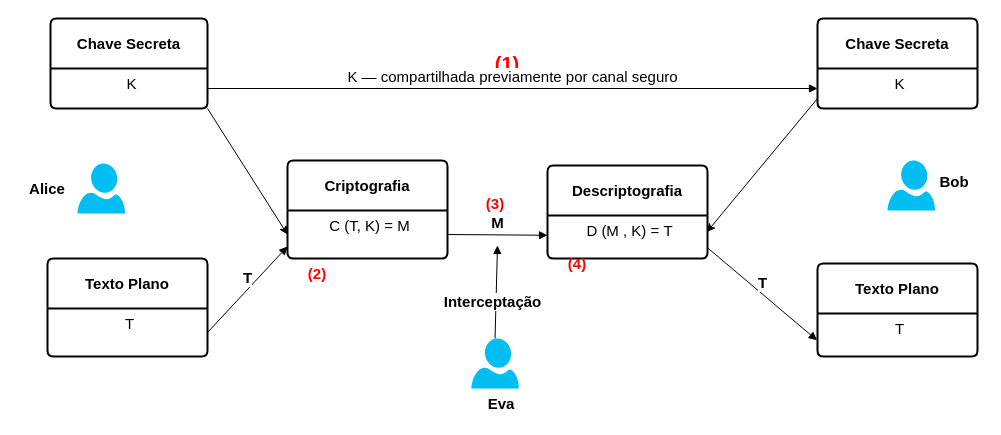
This is conceitos/img/algoritmo_simetrico.drawio from abreuferr/criptografia, a draw.io file, before an edit. Source tidied: cells renumbered, new cells numbered last; positions are measured from the earlier drawing's top-left corner, leaving out a move shared by most shapes. Both pictures are drawn from the tidied source at 100%, with x=0, y=0 at pixel (17, 18).
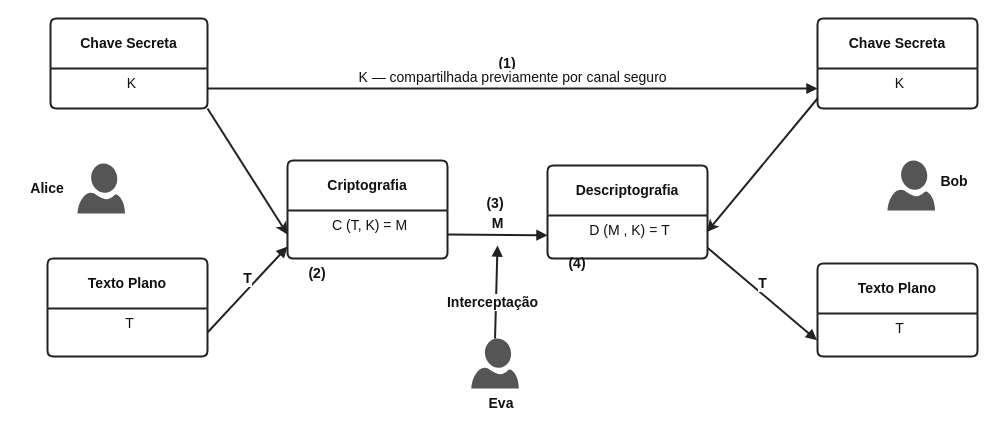
After the change.

Change to the diagram source:
```diff
@@
-    <mxCell id="2" value="&lt;font style=&quot;font-size: 15px;&quot;&gt;Alice&lt;/font&gt;" style="text;html=1;align=center;verticalAlign=middle;whiteSpace=wrap;rounded=0;fontStyle=1;" parent="1" vertex="1">
+    <mxCell id="2" value="&lt;font style=&quot;font-size:14px;&quot;&gt;Alice&lt;/font&gt;" style="text;html=1;align=center;verticalAlign=middle;whiteSpace=wrap;rounded=1;fontStyle=1;fillColor=none;strokeColor=none;strokeWidth=2;fontColor=#111111;fontFamily=Helvetica;fontSize=14;" parent="1" vertex="1">
       <mxGeometry y="155" width="60" height="30" as="geometry" />
     </mxCell>
-    <mxCell id="3" value="&lt;font style=&quot;font-size: 15px;&quot;&gt;Bob&lt;/font&gt;" style="text;html=1;align=center;verticalAlign=middle;whiteSpace=wrap;rounded=0;fontStyle=1;" parent="1" vertex="1">
+    <mxCell id="3" value="&lt;font style=&quot;font-size:14px;&quot;&gt;Bob&lt;/font&gt;" style="text;html=1;align=center;verticalAlign=middle;whiteSpace=wrap;rounded=1;fontStyle=1;fillColor=none;strokeColor=none;strokeWidth=2;fontColor=#111111;fontFamily=Helvetica;fontSize=14;" parent="1" vertex="1">
       <mxGeometry x="907" y="148" width="60" height="30" as="geometry" />
     </mxCell>
-    <mxCell id="4" style="verticalLabelPosition=bottom;html=1;verticalAlign=top;align=center;strokeColor=none;fillColor=#00BEF2;shape=mxgraph.azure.user;" parent="1" vertex="1">
+    <mxCell id="4" style="verticalLabelPosition=bottom;html=1;verticalAlign=top;align=center;strokeColor=none;fillColor=#555555;shape=mxgraph.azure.user;strokeWidth=2;fontColor=#111111;fontFamily=Helvetica;" parent="1" vertex="1">
       <mxGeometry x="453.8" y="320" width="47.5" height="50" as="geometry" />
     </mxCell>
-    <mxCell id="5" value="&lt;b&gt;&lt;font style=&quot;font-size: 15px;&quot;&gt;Texto Plano&lt;/font&gt;&lt;/b&gt;" style="swimlane;horizontal=1;startSize=50;rounded=1;fontSize=14;fontStyle=0;strokeWidth=2;shadow=0;dashed=0;align=center;arcSize=4;whiteSpace=wrap;html=1;" parent="1" vertex="1">
+    <mxCell id="5" value="&lt;b&gt;&lt;font style=&quot;font-size:14px;&quot;&gt;Texto Plano&lt;/font&gt;&lt;/b&gt;" style="swimlane;horizontal=1;startSize=50;rounded=1;fontSize=14;fontStyle=0;strokeWidth=2;shadow=0;dashed=0;align=center;arcSize=4;whiteSpace=wrap;html=1;fillColor=none;strokeColor=#222222;fontColor=#111111;fontFamily=Helvetica;" parent="1" vertex="1">
       <mxGeometry x="30" y="240" width="160" height="98" as="geometry" />
     </mxCell>
-    <mxCell id="6" value="&lt;font style=&quot;font-size: 15px;&quot;&gt;T&lt;/font&gt;" style="align=center;strokeColor=none;fillColor=none;spacingLeft=4;fontSize=12;verticalAlign=top;html=1;" parent="5" vertex="1">
+    <mxCell id="6" value="&lt;font style=&quot;font-size:14px;&quot;&gt;T&lt;/font&gt;" style="align=center;strokeColor=none;fillColor=none;spacingLeft=4;fontSize=14;verticalAlign=top;html=1;fontColor=#111111;fontFamily=Helvetica;" parent="5" vertex="1">
       <mxGeometry y="50" width="160" height="48" as="geometry" />
     </mxCell>
-    <mxCell id="7" value="&lt;b&gt;&lt;font style=&quot;font-size: 15px;&quot;&gt;Chave Secreta&lt;/font&gt;&lt;/b&gt;" style="swimlane;horizontal=1;startSize=50;rounded=1;fontSize=14;fontStyle=0;strokeWidth=2;shadow=0;dashed=0;align=center;arcSize=4;whiteSpace=wrap;html=1;" parent="1" vertex="1">
+    <mxCell id="7" value="&lt;b&gt;&lt;font style=&quot;font-size:14px;&quot;&gt;Chave Secreta&lt;/font&gt;&lt;/b&gt;" style="swimlane;horizontal=1;startSize=50;rounded=1;fontSize=14;fontStyle=0;strokeWidth=2;shadow=0;dashed=0;align=center;arcSize=4;whiteSpace=wrap;html=1;fillColor=none;strokeColor=#222222;fontColor=#111111;fontFamily=Helvetica;" parent="1" vertex="1">
       <mxGeometry x="33" width="157" height="90" as="geometry" />
     </mxCell>
-    <mxCell id="8" value="&lt;font style=&quot;font-size: 15px;&quot;&gt;K&lt;/font&gt;" style="align=center;strokeColor=none;fillColor=none;spacingLeft=4;fontSize=12;verticalAlign=top;html=1;" parent="7" vertex="1">
+    <mxCell id="8" value="&lt;font style=&quot;font-size:14px;&quot;&gt;K&lt;/font&gt;" style="align=center;strokeColor=none;fillColor=none;spacingLeft=4;fontSize=14;verticalAlign=top;html=1;fontColor=#111111;fontFamily=Helvetica;" parent="7" vertex="1">
       <mxGeometry y="50" width="157" height="40" as="geometry" />
     </mxCell>
-    <mxCell id="9" value="&lt;font style=&quot;font-size: 15px;&quot;&gt;&lt;b&gt;Criptografia&lt;/b&gt;&lt;/font&gt;" style="swimlane;horizontal=1;startSize=50;rounded=1;fontSize=14;fontStyle=0;strokeWidth=2;shadow=0;dashed=0;align=center;arcSize=4;whiteSpace=wrap;html=1;" parent="1" vertex="1">
+    <mxCell id="9" value="&lt;font style=&quot;font-size:14px;&quot;&gt;&lt;b&gt;Criptografia&lt;/b&gt;&lt;/font&gt;" style="swimlane;horizontal=1;startSize=50;rounded=1;fontSize=14;fontStyle=0;strokeWidth=2;shadow=0;dashed=0;align=center;arcSize=4;whiteSpace=wrap;html=1;fillColor=none;strokeColor=#222222;fontColor=#111111;fontFamily=Helvetica;" parent="1" vertex="1">
       <mxGeometry x="270" y="142" width="160" height="98" as="geometry" />
     </mxCell>
-    <mxCell id="10" value="&lt;font style=&quot;font-size: 15px;&quot;&gt;C (T, K) =&amp;nbsp;&lt;/font&gt;&lt;span style=&quot;font-size: 15px;&quot;&gt;M&lt;/span&gt;" style="align=center;strokeColor=none;fillColor=none;spacingLeft=4;fontSize=12;verticalAlign=top;html=1;" parent="9" vertex="1">
+    <mxCell id="10" value="&lt;font style=&quot;font-size:14px;&quot;&gt;C (T, K) =&amp;nbsp;&lt;/font&gt;&lt;span style=&quot;font-size:14px;&quot;&gt;M&lt;/span&gt;" style="align=center;strokeColor=none;fillColor=none;spacingLeft=4;fontSize=14;verticalAlign=top;html=1;fontColor=#111111;fontFamily=Helvetica;" parent="9" vertex="1">
       <mxGeometry y="50" width="160" height="48" as="geometry" />
     </mxCell>
-    <mxCell id="11" style="endArrow=classic;html=1;rounded=0;exitX=1;exitY=1;exitDx=0;exitDy=0;entryX=0;entryY=0.5;entryDx=0;entryDy=0;" parent="1" edge="1" source="8" target="10">
+    <mxCell id="11" style="endArrow=classic;html=1;rounded=0;exitX=1;exitY=1;exitDx=0;exitDy=0;entryX=0;entryY=0.5;entryDx=0;entryDy=0;strokeColor=#222222;strokeWidth=2;fontColor=#111111;fontFamily=Helvetica;" parent="1" edge="1" source="8" target="10">
       <mxGeometry relative="1" as="geometry" />
     </mxCell>
-    <mxCell id="12" value="&lt;font style=&quot;font-size: 15px;&quot;&gt;&lt;b&gt;M&lt;/b&gt;&lt;/font&gt;" style="html=1;verticalAlign=bottom;endArrow=block;curved=0;rounded=0;exitX=1;exitY=0.5;exitDx=0;exitDy=0;entryX=0;entryY=0.75;entryDx=0;entryDy=0;" parent="1" edge="1" source="10" target="20">
+    <mxCell id="12" value="&lt;font style=&quot;font-size:14px;&quot;&gt;&lt;b&gt;M&lt;/b&gt;&lt;/font&gt;" style="html=1;verticalAlign=bottom;endArrow=block;curved=0;rounded=0;exitX=1;exitY=0.5;exitDx=0;exitDy=0;entryX=0;entryY=0.75;entryDx=0;entryDy=0;strokeColor=#222222;strokeWidth=2;fontColor=#111111;fontFamily=Helvetica;" parent="1" edge="1" source="10" target="20">
       <mxGeometry relative="1" as="geometry" />
     </mxCell>
-    <mxCell id="13" value="&lt;b&gt;&lt;font style=&quot;font-size: 15px;&quot;&gt;Chave Secreta&lt;/font&gt;&lt;/b&gt;" style="swimlane;horizontal=1;startSize=50;rounded=1;fontSize=14;fontStyle=0;strokeWidth=2;shadow=0;dashed=0;align=center;arcSize=4;whiteSpace=wrap;html=1;" parent="1" vertex="1">
+    <mxCell id="13" value="&lt;b&gt;&lt;font style=&quot;font-size:14px;&quot;&gt;Chave Secreta&lt;/font&gt;&lt;/b&gt;" style="swimlane;horizontal=1;startSize=50;rounded=1;fontSize=14;fontStyle=0;strokeWidth=2;shadow=0;dashed=0;align=center;arcSize=4;whiteSpace=wrap;html=1;fillColor=none;strokeColor=#222222;fontColor=#111111;fontFamily=Helvetica;" parent="1" vertex="1">
       <mxGeometry x="800" width="160" height="90" as="geometry" />
     </mxCell>
-    <mxCell id="14" value="&lt;font style=&quot;font-size: 15px;&quot;&gt;K&lt;/font&gt;" style="align=center;strokeColor=none;fillColor=none;spacingLeft=4;fontSize=12;verticalAlign=top;html=1;" parent="13" vertex="1">
+    <mxCell id="14" value="&lt;font style=&quot;font-size:14px;&quot;&gt;K&lt;/font&gt;" style="align=center;strokeColor=none;fillColor=none;spacingLeft=4;fontSize=14;verticalAlign=top;html=1;fontColor=#111111;fontFamily=Helvetica;" parent="13" vertex="1">
       <mxGeometry y="50" width="160" height="40" as="geometry" />
     </mxCell>
-    <mxCell id="15" value="&lt;b&gt;&lt;font style=&quot;font-size: 15px;&quot;&gt;Texto Plano&lt;/font&gt;&lt;/b&gt;" style="swimlane;horizontal=1;startSize=50;rounded=1;fontSize=14;fontStyle=0;strokeWidth=2;shadow=0;dashed=0;align=center;arcSize=4;whiteSpace=wrap;html=1;" parent="1" vertex="1">
+    <mxCell id="15" value="&lt;b&gt;&lt;font style=&quot;font-size:14px;&quot;&gt;Texto Plano&lt;/font&gt;&lt;/b&gt;" style="swimlane;horizontal=1;startSize=50;rounded=1;fontSize=14;fontStyle=0;strokeWidth=2;shadow=0;dashed=0;align=center;arcSize=4;whiteSpace=wrap;html=1;fillColor=none;strokeColor=#222222;fontColor=#111111;fontFamily=Helvetica;" parent="1" vertex="1">
       <mxGeometry x="800" y="245" width="160" height="93" as="geometry" />
     </mxCell>
-    <mxCell id="16" value="&lt;font style=&quot;font-size: 15px;&quot;&gt;T&lt;/font&gt;" style="align=center;strokeColor=none;fillColor=none;spacingLeft=4;fontSize=12;verticalAlign=top;html=1;" parent="15" vertex="1">
+    <mxCell id="16" value="&lt;font style=&quot;font-size:14px;&quot;&gt;T&lt;/font&gt;" style="align=center;strokeColor=none;fillColor=none;spacingLeft=4;fontSize=14;verticalAlign=top;html=1;fontColor=#111111;fontFamily=Helvetica;" parent="15" vertex="1">
       <mxGeometry y="50" width="160" height="43" as="geometry" />
     </mxCell>
-    <mxCell id="17" style="endArrow=classic;html=1;rounded=0;entryX=0.996;entryY=0.384;entryDx=0;entryDy=0;exitX=0;exitY=0.75;exitDx=0;exitDy=0;entryPerimeter=0;" parent="1" edge="1" source="14" target="21">
+    <mxCell id="17" style="endArrow=classic;html=1;rounded=0;entryX=0.996;entryY=0.384;entryDx=0;entryDy=0;exitX=0;exitY=0.75;exitDx=0;exitDy=0;entryPerimeter=0;strokeColor=#222222;strokeWidth=2;fontColor=#111111;fontFamily=Helvetica;" parent="1" edge="1" source="14" target="21">
       <mxGeometry relative="1" as="geometry" />
     </mxCell>
-    <mxCell id="18" value="&lt;b&gt;&lt;font style=&quot;font-size: 15px;&quot;&gt;Interceptação&lt;/font&gt;&lt;/b&gt;" style="html=1;verticalAlign=bottom;endArrow=block;curved=0;rounded=0;exitX=0.5;exitY=0;exitDx=0;exitDy=0;exitPerimeter=0;" parent="1" edge="1" source="4">
+    <mxCell id="18" value="&lt;b&gt;&lt;font style=&quot;font-size:14px;&quot;&gt;Interceptação&lt;/font&gt;&lt;/b&gt;" style="html=1;verticalAlign=bottom;endArrow=block;curved=0;rounded=0;exitX=0.5;exitY=0;exitDx=0;exitDy=0;exitPerimeter=0;strokeColor=#222222;strokeWidth=2;fontColor=#111111;fontFamily=Helvetica;" parent="1" edge="1" source="4">
       <mxGeometry x="-0.47" y="3" relative="1" as="geometry">
         <mxPoint x="480" y="227" as="targetPoint" />
       </mxGeometry>
     </mxCell>
-    <mxCell id="19" value="&lt;font style=&quot;font-size: 15px;&quot;&gt;Eva&lt;/font&gt;" style="text;html=1;align=center;verticalAlign=middle;whiteSpace=wrap;rounded=0;fontStyle=1;" parent="1" vertex="1">
+    <mxCell id="19" value="&lt;font style=&quot;font-size:14px;&quot;&gt;Eva&lt;/font&gt;" style="text;html=1;align=center;verticalAlign=middle;whiteSpace=wrap;rounded=1;fontStyle=1;fillColor=none;strokeColor=none;strokeWidth=2;fontColor=#111111;fontFamily=Helvetica;fontSize=14;" parent="1" vertex="1">
       <mxGeometry x="453.8" y="370" width="60" height="30" as="geometry" />
     </mxCell>
-    <mxCell id="20" value="&lt;b&gt;&lt;font style=&quot;font-size: 15px;&quot;&gt;Descriptografia&lt;/font&gt;&lt;/b&gt;" style="swimlane;horizontal=1;startSize=50;rounded=1;fontSize=14;fontStyle=0;strokeWidth=2;shadow=0;dashed=0;align=center;arcSize=4;whiteSpace=wrap;html=1;" parent="1" vertex="1">
+    <mxCell id="20" value="&lt;b&gt;&lt;font style=&quot;font-size:14px;&quot;&gt;Descriptografia&lt;/font&gt;&lt;/b&gt;" style="swimlane;horizontal=1;startSize=50;rounded=1;fontSize=14;fontStyle=0;strokeWidth=2;shadow=0;dashed=0;align=center;arcSize=4;whiteSpace=wrap;html=1;fillColor=none;strokeColor=#222222;fontColor=#111111;fontFamily=Helvetica;" parent="1" vertex="1">
       <mxGeometry x="530" y="147" width="160" height="93" as="geometry" />
     </mxCell>
-    <mxCell id="21" value="&lt;font style=&quot;font-size: 15px;&quot;&gt;D (M , K) =&amp;nbsp;&lt;/font&gt;&lt;span style=&quot;font-size: 15px;&quot;&gt;T&lt;/span&gt;" style="align=center;strokeColor=none;fillColor=none;spacingLeft=4;fontSize=12;verticalAlign=top;html=1;" parent="20" vertex="1">
+    <mxCell id="21" value="&lt;font style=&quot;font-size:14px;&quot;&gt;D (M , K) =&amp;nbsp;&lt;/font&gt;&lt;span style=&quot;font-size:14px;&quot;&gt;T&lt;/span&gt;" style="align=center;strokeColor=none;fillColor=none;spacingLeft=4;fontSize=14;verticalAlign=top;html=1;fontColor=#111111;fontFamily=Helvetica;" parent="20" vertex="1">
       <mxGeometry y="50" width="160" height="43" as="geometry" />
     </mxCell>
-    <mxCell id="22" value="&lt;font color=&quot;#ff0000&quot;&gt;(1)&lt;/font&gt;" style="text;html=1;align=center;verticalAlign=middle;whiteSpace=wrap;rounded=0;fontStyle=1;fontSize=20;" parent="1" vertex="1">
+    <mxCell id="22" value="&lt;font&gt;(1)&lt;/font&gt;" style="text;html=1;align=center;verticalAlign=middle;whiteSpace=wrap;rounded=1;fontStyle=1;fontSize=14;fillColor=none;strokeColor=none;strokeWidth=2;fontColor=#111111;fontFamily=Helvetica;" parent="1" vertex="1">
       <mxGeometry x="460" y="30" width="60" height="30" as="geometry" />
     </mxCell>
-    <mxCell id="23" value="&lt;font style=&quot;font-size: 15px;&quot;&gt;K — compartilhada previamente por canal seguro&lt;/font&gt;" style="html=1;verticalAlign=bottom;endArrow=block;curved=0;rounded=0;exitX=1;exitY=0.5;exitDx=0;exitDy=0;entryX=0;entryY=0.5;entryDx=0;entryDy=0;" parent="1" edge="1" source="8" target="14">
+    <mxCell id="23" value="&lt;font style=&quot;font-size:14px;&quot;&gt;K — compartilhada previamente por canal seguro&lt;/font&gt;" style="html=1;verticalAlign=bottom;endArrow=block;curved=0;rounded=0;exitX=1;exitY=0.5;exitDx=0;exitDy=0;entryX=0;entryY=0.5;entryDx=0;entryDy=0;strokeColor=#222222;strokeWidth=2;fontColor=#111111;fontFamily=Helvetica;" parent="1" edge="1" source="8" target="14">
       <mxGeometry relative="1" as="geometry" />
     </mxCell>
-    <mxCell id="24" value="&lt;font style=&quot;font-size: 15px;&quot; color=&quot;#ff0000&quot;&gt;(2)&lt;/font&gt;" style="text;html=1;align=center;verticalAlign=middle;whiteSpace=wrap;rounded=0;fontStyle=1;fontSize=15;" parent="1" vertex="1">
+    <mxCell id="24" value="&lt;font style=&quot;font-size:14px;&quot;&gt;(2)&lt;/font&gt;" style="text;html=1;align=center;verticalAlign=middle;whiteSpace=wrap;rounded=1;fontStyle=1;fontSize=14;fillColor=none;strokeColor=none;strokeWidth=2;fontColor=#111111;fontFamily=Helvetica;" parent="1" vertex="1">
       <mxGeometry x="270" y="240" width="60" height="30" as="geometry" />
     </mxCell>
-    <mxCell id="25" value="&lt;font style=&quot;font-size: 15px;&quot; color=&quot;#ff0000&quot;&gt;(3)&lt;/font&gt;" style="text;html=1;align=center;verticalAlign=middle;whiteSpace=wrap;rounded=0;fontStyle=1;fontSize=15;" parent="1" vertex="1">
+    <mxCell id="25" value="&lt;font style=&quot;font-size:14px;&quot;&gt;(3)&lt;/font&gt;" style="text;html=1;align=center;verticalAlign=middle;whiteSpace=wrap;rounded=1;fontStyle=1;fontSize=14;fillColor=none;strokeColor=none;strokeWidth=2;fontColor=#111111;fontFamily=Helvetica;" parent="1" vertex="1">
       <mxGeometry x="447.5" y="170" width="60" height="30" as="geometry" />
     </mxCell>
-    <mxCell id="26" value="&lt;font style=&quot;font-size: 15px;&quot; color=&quot;#ff0000&quot;&gt;(4)&lt;/font&gt;" style="text;html=1;align=center;verticalAlign=middle;whiteSpace=wrap;rounded=0;fontStyle=1;fontSize=15;" parent="1" vertex="1">
+    <mxCell id="26" value="&lt;font style=&quot;font-size:14px;&quot;&gt;(4)&lt;/font&gt;" style="text;html=1;align=center;verticalAlign=middle;whiteSpace=wrap;rounded=1;fontStyle=1;fontSize=14;fillColor=none;strokeColor=none;strokeWidth=2;fontColor=#111111;fontFamily=Helvetica;" parent="1" vertex="1">
       <mxGeometry x="530" y="230" width="60" height="30" as="geometry" />
     </mxCell>
-    <mxCell id="27" value="&lt;font style=&quot;font-size: 15px;&quot;&gt;&lt;b&gt;T&lt;/b&gt;&lt;/font&gt;" style="html=1;verticalAlign=bottom;endArrow=block;curved=0;rounded=0;exitX=1;exitY=0.5;exitDx=0;exitDy=0;entryX=0;entryY=0.75;entryDx=0;entryDy=0;" parent="1" edge="1" source="6" target="10">
+    <mxCell id="27" value="&lt;font style=&quot;font-size:14px;&quot;&gt;&lt;b&gt;T&lt;/b&gt;&lt;/font&gt;" style="html=1;verticalAlign=bottom;endArrow=block;curved=0;rounded=0;exitX=1;exitY=0.5;exitDx=0;exitDy=0;entryX=0;entryY=0.75;entryDx=0;entryDy=0;strokeColor=#222222;strokeWidth=2;fontColor=#111111;fontFamily=Helvetica;" parent="1" edge="1" source="6" target="10">
       <mxGeometry relative="1" as="geometry" />
     </mxCell>
-    <mxCell id="28" value="&lt;font style=&quot;font-size: 15px;&quot;&gt;&lt;b&gt;T&lt;/b&gt;&lt;/font&gt;" style="html=1;verticalAlign=bottom;endArrow=block;curved=0;rounded=0;exitX=1;exitY=0.75;exitDx=0;exitDy=0;entryX=-0.003;entryY=0.622;entryDx=0;entryDy=0;entryPerimeter=0;" parent="1" edge="1" source="21" target="16">
+    <mxCell id="28" value="&lt;font style=&quot;font-size:14px;&quot;&gt;&lt;b&gt;T&lt;/b&gt;&lt;/font&gt;" style="html=1;verticalAlign=bottom;endArrow=block;curved=0;rounded=0;exitX=1;exitY=0.75;exitDx=0;exitDy=0;entryX=-0.003;entryY=0.622;entryDx=0;entryDy=0;entryPerimeter=0;strokeColor=#222222;strokeWidth=2;fontColor=#111111;fontFamily=Helvetica;" parent="1" edge="1" source="21" target="16">
       <mxGeometry relative="1" as="geometry" />
     </mxCell>
-    <mxCell id="29" style="verticalLabelPosition=bottom;html=1;verticalAlign=top;align=center;strokeColor=none;fillColor=#00BEF2;shape=mxgraph.azure.user;" parent="1" vertex="1">
+    <mxCell id="29" style="verticalLabelPosition=bottom;html=1;verticalAlign=top;align=center;strokeColor=none;fillColor=#555555;shape=mxgraph.azure.user;strokeWidth=2;fontColor=#111111;fontFamily=Helvetica;" parent="1" vertex="1">
       <mxGeometry x="60" y="145" width="47.5" height="50" as="geometry" />
     </mxCell>
-    <mxCell id="30" style="verticalLabelPosition=bottom;html=1;verticalAlign=top;align=center;strokeColor=none;fillColor=#00BEF2;shape=mxgraph.azure.user;" parent="1" vertex="1">
+    <mxCell id="30" style="verticalLabelPosition=bottom;html=1;verticalAlign=top;align=center;strokeColor=none;fillColor=#555555;shape=mxgraph.azure.user;strokeWidth=2;fontColor=#111111;fontFamily=Helvetica;" parent="1" vertex="1">
       <mxGeometry x="870" y="142" width="47.5" height="50" as="geometry" />
     </mxCell>
```
